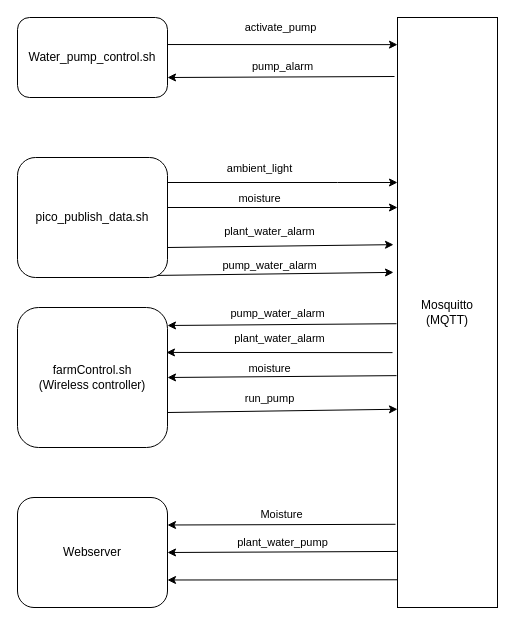
This is Communication.drawio from ibyou1997/EMLI, a draw.io file, before an edit. Source tidied: cells renumbered, new cells numbered last; positions are measured from the earlier drawing's top-left corner, leaving out a move shared by most shapes. Both pictures are drawn from the tidied source at 100%, with x=0, y=0 at pixel (17, 17).
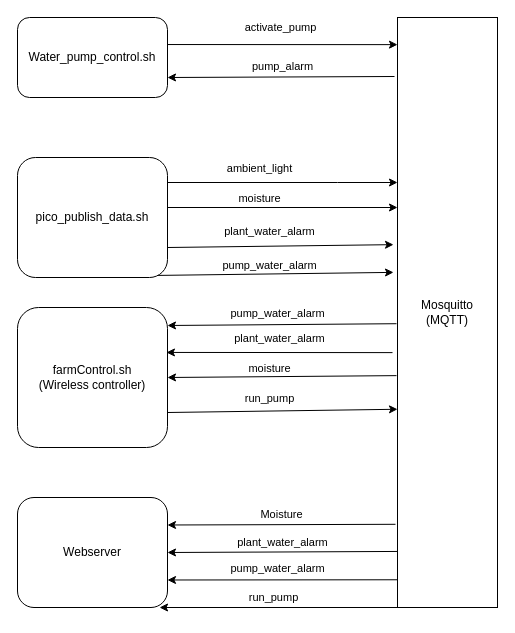
The same diagram, later.

The change refers to these unchanged cells:
```xml
<mxCell id="19" style="rounded=0;jettySize=auto;html=1;exitX=0.01;exitY=0.905;exitDx=0;exitDy=0;entryX=1;entryY=0.5;entryDx=0;entryDy=0;exitPerimeter=0;" parent="1" edge="1" source="22" target="31">
  <mxGeometry relative="1" as="geometry" />
</mxCell>
<mxCell id="21" style="rounded=0;jettySize=auto;html=1;exitX=0;exitY=0.953;exitDx=0;exitDy=0;entryX=1;entryY=0.75;entryDx=0;entryDy=0;exitPerimeter=0;" parent="1" edge="1" source="22" target="31">
  <mxGeometry relative="1" as="geometry" />
</mxCell>
<mxCell id="22" value="Mosquitto&lt;br&gt;(MQTT)" style="whiteSpace=wrap;html=1;" parent="1" vertex="1">
  <mxGeometry x="380" width="100" height="590" as="geometry" />
</mxCell>
<mxCell id="31" value="Webserver" style="rounded=1;whiteSpace=wrap;html=1;" parent="1" vertex="1">
  <mxGeometry y="480" width="150" height="110" as="geometry" />
</mxCell>
```

The edit, as a diff of the source:
```diff
@@
-    <mxCell id="20" value="plant_water_pump" style="edgeLabel;html=1;align=center;verticalAlign=middle;" parent="19" vertex="1">
+    <mxCell id="20" value="plant_water_alarm" style="edgeLabel;html=1;align=center;verticalAlign=middle;" parent="19" vertex="1">
       <mxGeometry x="-0.14" relative="1" as="geometry">
         <mxPoint x="-18" y="-10" as="offset" />
       </mxGeometry>
     </mxCell>
@@
+    <mxCell id="32" value="pump_water_alarm" style="edgeLabel;html=1;align=center;verticalAlign=middle;" parent="21" vertex="1">
+      <mxGeometry x="0.23" y="-1" relative="1" as="geometry">
+        <mxPoint x="21" y="-11" as="offset" />
+      </mxGeometry>
+    </mxCell>
+    <mxCell id="33" style="rounded=0;jettySize=auto;html=1;exitX=0;exitY=1;exitDx=0;exitDy=0;entryX=0.947;entryY=1;entryDx=0;entryDy=0;entryPerimeter=0;" parent="1" edge="1" source="22" target="31">
+      <mxGeometry relative="1" as="geometry" />
+    </mxCell>
+    <mxCell id="34" value="run_pump" style="edgeLabel;html=1;align=center;verticalAlign=middle;" parent="33" vertex="1">
+      <mxGeometry x="0.22" y="-2" relative="1" as="geometry">
+        <mxPoint x="20" y="-8" as="offset" />
+      </mxGeometry>
+    </mxCell>
```
